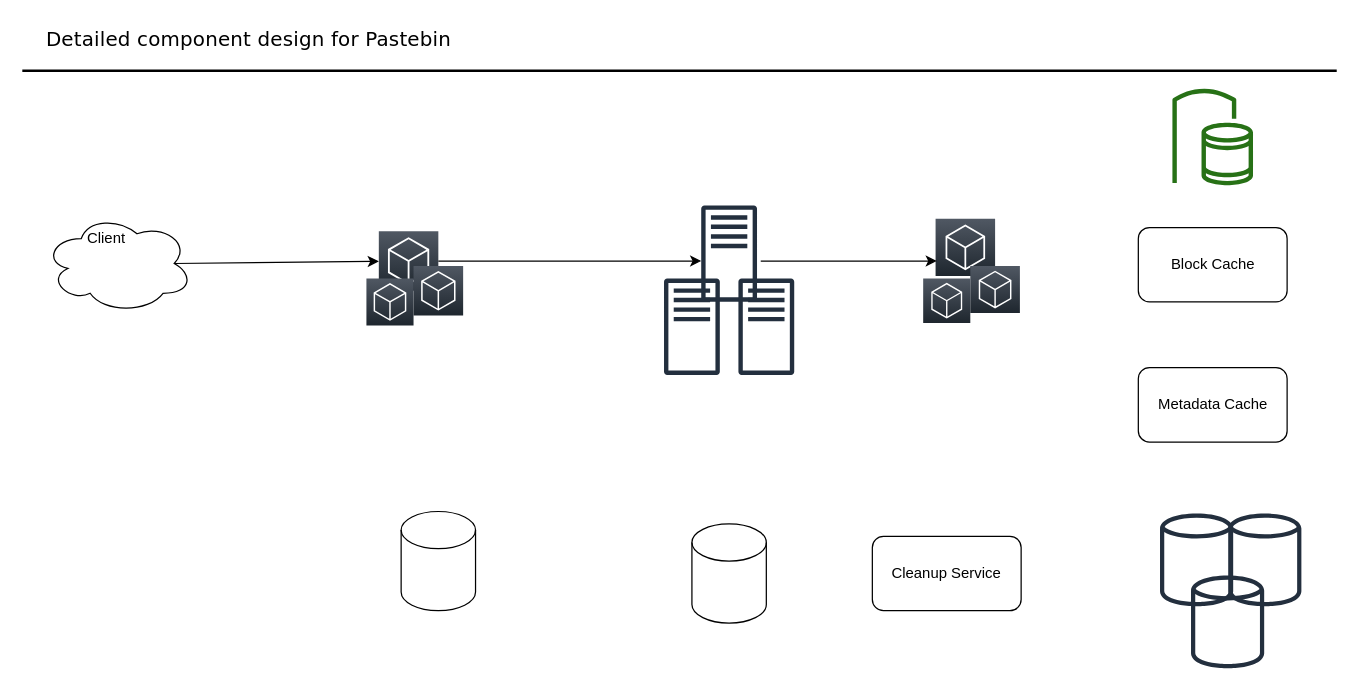
Above: 2.DesigningAUrlShorteningService-TinyUrl/Detailed component design for Pastebin.drawio in PankajSAgarwal/System-Design (draw.io), before the change. Source tidied: cells renumbered, new cells numbered last; positions are measured from the earlier drawing's top-left corner, leaving out a move shared by most shapes. Both pictures are drawn from the tidied source at 124%, with x=0, y=0 at pixel (21, 20).
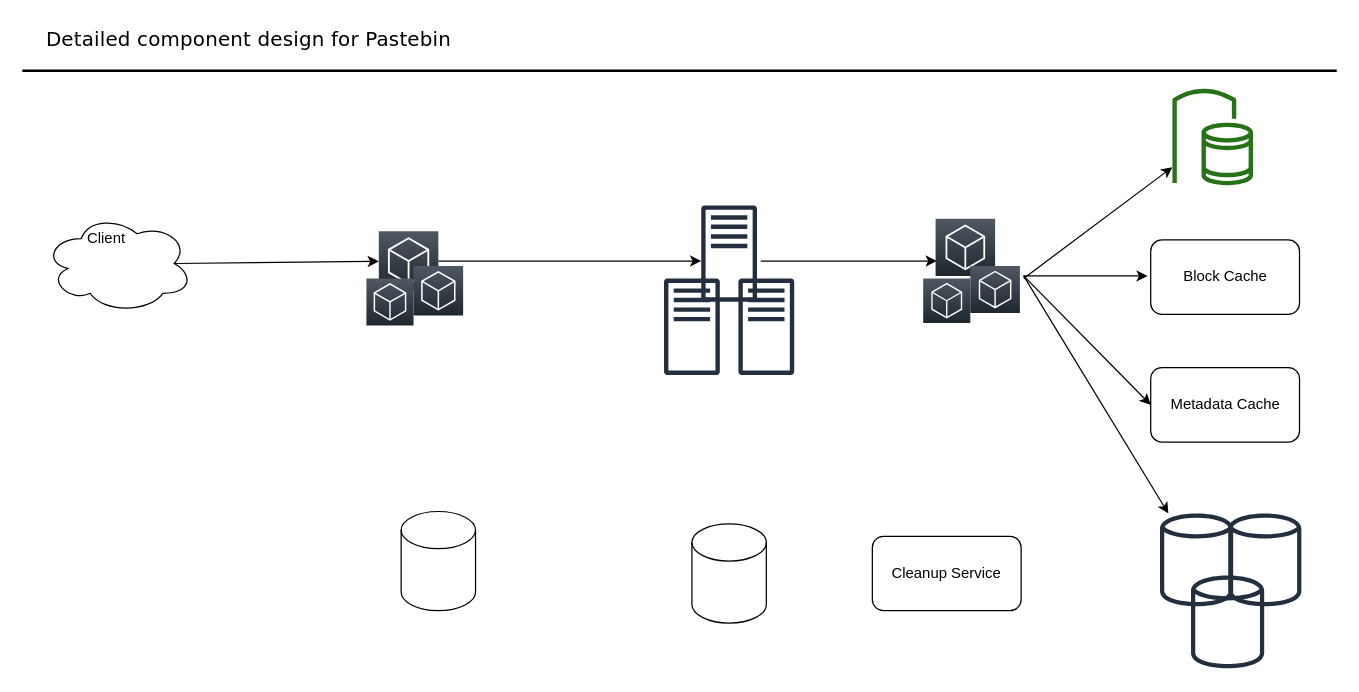
After the change.

The change refers to these unchanged cells:
```xml
<mxCell id="15" style="outlineConnect=0;fontColor=#232F3E;gradientColor=none;fillColor=#232F3E;strokeColor=none;dashed=0;verticalLabelPosition=bottom;verticalAlign=top;align=center;html=1;fontSize=12;fontStyle=0;shape=mxgraph.aws4.generic_database;" parent="1" vertex="1">
  <mxGeometry x="918" y="396" width="59" height="78" as="geometry" />
</mxCell>
<mxCell id="18" style="outlineConnect=0;fontColor=#232F3E;gradientColor=none;fillColor=#277116;strokeColor=none;dashed=0;verticalLabelPosition=bottom;verticalAlign=top;align=center;html=1;fontSize=12;fontStyle=0;shape=mxgraph.aws4.volume_gateway;" parent="1" vertex="1">
  <mxGeometry x="928" y="55" width="65" height="78" as="geometry" />
</mxCell>
```

The edit, as a diff of the source:
```diff
@@
     <mxCell id="21" value="Block Cache" style="rounded=1;whiteSpace=wrap;html=1;" parent="1" vertex="1">
-      <mxGeometry x="900.5" y="167" width="120" height="60" as="geometry" />
+      <mxGeometry x="910.5" y="177" width="120" height="60" as="geometry" />
     </mxCell>
     <mxCell id="22" value="Metadata Cache" style="rounded=1;whiteSpace=wrap;html=1;" parent="1" vertex="1">
-      <mxGeometry x="900.5" y="280" width="120" height="60" as="geometry" />
+      <mxGeometry x="910.5" y="280" width="120" height="60" as="geometry" />
     </mxCell>
@@
+    <mxCell id="27" style="endArrow=classic;html=1;" parent="1" edge="1" target="18">
+      <mxGeometry relative="1" as="geometry">
+        <mxPoint x="808" y="208" as="sourcePoint" />
+      </mxGeometry>
+    </mxCell>
+    <mxCell id="28" style="endArrow=classic;html=1;" parent="1" edge="1">
+      <mxGeometry relative="1" as="geometry">
+        <mxPoint x="808" y="206" as="sourcePoint" />
+        <mxPoint x="908" y="206" as="targetPoint" />
+      </mxGeometry>
+    </mxCell>
+    <mxCell id="29" style="endArrow=classic;html=1;entryX=0;entryY=0.5;entryDx=0;entryDy=0;" parent="1" edge="1" target="22">
+      <mxGeometry relative="1" as="geometry">
+        <mxPoint x="808" y="206" as="sourcePoint" />
+      </mxGeometry>
+    </mxCell>
+    <mxCell id="30" style="endArrow=classic;html=1;" parent="1" edge="1" target="15">
+      <mxGeometry relative="1" as="geometry">
+        <mxPoint x="808" y="206" as="sourcePoint" />
+      </mxGeometry>
+    </mxCell>
```
